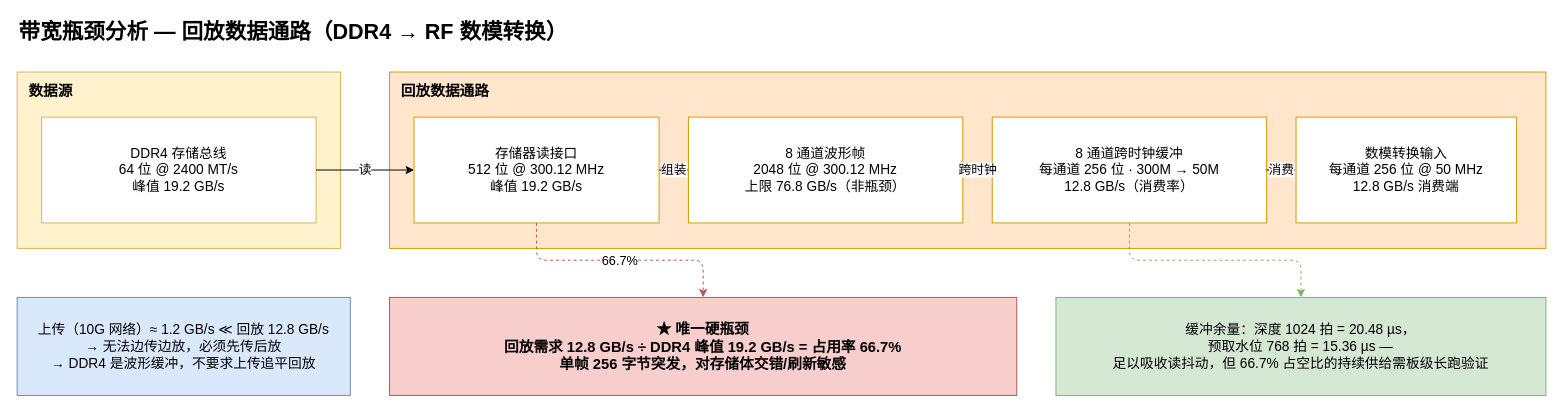
Ayahmu/xczu47dr-rfdc keeps this draw.io diagram as docs/diagrams/06_带宽瓶颈分析.drawio. Above is the earlier version. Source tidied: cells renumbered, new cells numbered last; positions are measured from the earlier drawing's top-left corner, leaving out a move shared by most shapes. Both pictures are drawn from the tidied source at 98%, with x=0, y=0 at pixel (17, 17).
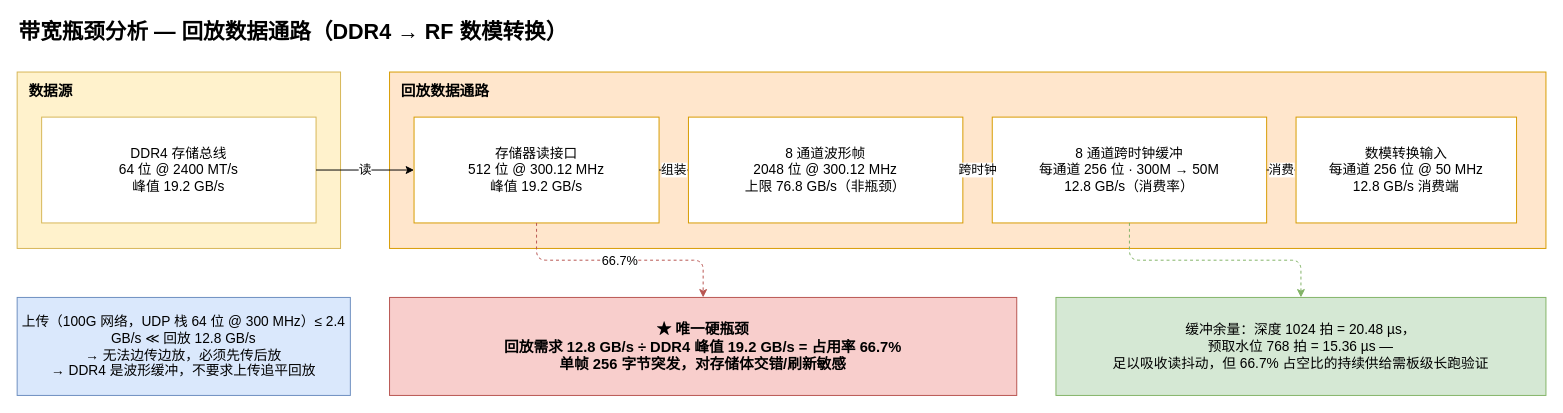
The same page after the edit.

Change to the diagram source:
```diff
@@
 <mxGraphModel>
   <root>
     <mxCell id="0" />
     <mxCell id="1" parent="0" />
     <mxCell id="2" value="带宽瓶颈分析 — 回放数据通路（DDR4 → RF 数模转换）" style="text;html=1;fontSize=22;fontStyle=1;align=left;verticalAlign=middle;" parent="1" vertex="1">
       <mxGeometry width="1000" height="32" as="geometry" />
     </mxCell>
     <mxCell id="3" value="数据源" style="whiteSpace=wrap;html=1;verticalAlign=top;align=left;spacingLeft=10;spacingTop=4;fontSize=15;fontStyle=1;fillColor=#FFF2CC;strokeColor=#D6B656;" parent="1" vertex="1">
       <mxGeometry y="56" width="330" height="180" as="geometry" />
     </mxCell>
     <mxCell id="4" value="DDR4 存储总线&#10;64 位 @ 2400 MT/s&#10;峰值 19.2 GB/s" style="whiteSpace=wrap;html=1;fillColor=#FFFFFF;strokeColor=#D6B656;fontSize=14;" parent="3" vertex="1">
       <mxGeometry x="25" y="46" width="280" height="108" as="geometry" />
     </mxCell>
     <mxCell id="5" value="回放数据通路" style="whiteSpace=wrap;html=1;verticalAlign=top;align=left;spacingLeft=10;spacingTop=4;fontSize=15;fontStyle=1;fillColor=#FFE6CC;strokeColor=#D79B00;" parent="1" vertex="1">
       <mxGeometry x="380" y="56" width="1180" height="180" as="geometry" />
     </mxCell>
     <mxCell id="6" value="存储器读接口&#10;512 位 @ 300.12 MHz&#10;峰值 19.2 GB/s" style="whiteSpace=wrap;html=1;fillColor=#FFFFFF;strokeColor=#D79B00;fontSize=14;" parent="5" vertex="1">
       <mxGeometry x="25" y="46" width="250" height="108" as="geometry" />
     </mxCell>
     <mxCell id="7" value="8 通道波形帧&#10;2048 位 @ 300.12 MHz&#10;上限 76.8 GB/s（非瓶颈）" style="whiteSpace=wrap;html=1;fillColor=#FFFFFF;strokeColor=#D79B00;fontSize=14;" parent="5" vertex="1">
       <mxGeometry x="305" y="46" width="280" height="108" as="geometry" />
     </mxCell>
     <mxCell id="8" value="8 通道跨时钟缓冲&#10;每通道 256 位 · 300M → 50M&#10;12.8 GB/s（消费率）" style="whiteSpace=wrap;html=1;fillColor=#FFFFFF;strokeColor=#D79B00;fontSize=14;" parent="5" vertex="1">
       <mxGeometry x="615" y="46" width="280" height="108" as="geometry" />
     </mxCell>
     <mxCell id="9" value="数模转换输入&#10;每通道 256 位 @ 50 MHz&#10;12.8 GB/s 消费端" style="whiteSpace=wrap;html=1;fillColor=#FFFFFF;strokeColor=#D79B00;fontSize=14;" parent="5" vertex="1">
       <mxGeometry x="925" y="46" width="225" height="108" as="geometry" />
     </mxCell>
     <mxCell id="10" value="★ 唯一硬瓶颈&#10;回放需求 12.8 GB/s ÷ DDR4 峰值 19.2 GB/s = 占用率 66.7%&#10;单帧 256 字节突发，对存储体交错/刷新敏感" style="whiteSpace=wrap;html=1;fillColor=#F8CECC;strokeColor=#B85450;fontSize=15;fontStyle=1;verticalAlign=middle;" parent="1" vertex="1">
       <mxGeometry x="380" y="286" width="640" height="100" as="geometry" />
     </mxCell>
-    <mxCell id="11" value="上传（10G 网络）≈ 1.2 GB/s ≪ 回放 12.8 GB/s&#10;→ 无法边传边放，必须先传后放&#10;→ DDR4 是波形缓冲，不要求上传追平回放" style="whiteSpace=wrap;html=1;fillColor=#DAE8FC;strokeColor=#6C8EBF;fontSize=14;verticalAlign=middle;" parent="1" vertex="1">
+    <mxCell id="11" value="上传（100G 网络，UDP 栈 64 位 @ 300 MHz）≤ 2.4 GB/s ≪ 回放 12.8 GB/s&#10;→ 无法边传边放，必须先传后放&#10;→ DDR4 是波形缓冲，不要求上传追平回放" style="whiteSpace=wrap;html=1;fillColor=#DAE8FC;strokeColor=#6C8EBF;fontSize=14;verticalAlign=middle;" parent="1" vertex="1">
       <mxGeometry y="286" width="340" height="100" as="geometry" />
     </mxCell>
     <mxCell id="12" value="缓冲余量：深度 1024 拍 = 20.48 µs，&#10;预取水位 768 拍 = 15.36 µs —&#10;足以吸收读抖动，但 66.7% 占空比的持续供给需板级长跑验证" style="whiteSpace=wrap;html=1;fillColor=#D5E8D4;strokeColor=#82B366;fontSize=14;verticalAlign=middle;" parent="1" vertex="1">
       <mxGeometry x="1060" y="286" width="500" height="100" as="geometry" />
     </mxCell>
     <mxCell id="13" value="读" style="edgeStyle=orthogonalEdgeStyle;html=1;fontSize=13;labelBackgroundColor=#FFFFFF;" parent="1" edge="1" source="4" target="6">
       <mxGeometry relative="1" as="geometry" />
     </mxCell>
     <mxCell id="14" value="组装" style="edgeStyle=orthogonalEdgeStyle;html=1;fontSize=13;labelBackgroundColor=#FFFFFF;" parent="5" edge="1" source="6" target="7">
       <mxGeometry relative="1" as="geometry" />
     </mxCell>
     <mxCell id="15" value="跨时钟" style="edgeStyle=orthogonalEdgeStyle;html=1;fontSize=13;labelBackgroundColor=#FFFFFF;" parent="5" edge="1" source="7" target="8">
       <mxGeometry relative="1" as="geometry" />
     </mxCell>
     <mxCell id="16" value="消费" style="edgeStyle=orthogonalEdgeStyle;html=1;fontSize=13;labelBackgroundColor=#FFFFFF;" parent="5" edge="1" source="8" target="9">
       <mxGeometry relative="1" as="geometry" />
     </mxCell>
     <mxCell id="17" value="66.7%" style="edgeStyle=orthogonalEdgeStyle;html=1;fontSize=13;dashed=1;strokeColor=#B85450;labelBackgroundColor=#FFFFFF;" parent="1" edge="1" source="6" target="10">
       <mxGeometry relative="1" as="geometry" />
     </mxCell>
     <mxCell id="18" style="edgeStyle=orthogonalEdgeStyle;html=1;fontSize=13;dashed=1;strokeColor=#82B366;labelBackgroundColor=#FFFFFF;" parent="1" edge="1" source="8" target="12">
       <mxGeometry relative="1" as="geometry" />
     </mxCell>
   </root>
 </mxGraphModel>
```
